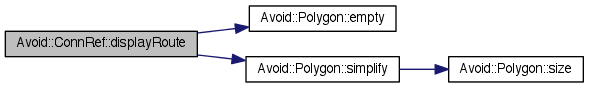
Above: documentation/classAvoid_1_1ConnRef_ab7462cd69bd1d2c4dd318119558b4a94_cgraph.png in mjwybrow/adaptagrams (Graphviz), before the change. Its source is kept beside it as documentation/classAvoid_1_1ConnRef_ab7462cd69bd1d2c4dd318119558b4a94_cgraph.dot. Its diagram source:
```dot
digraph "Avoid::ConnRef::displayRoute"
{
  edge [fontname="Helvetica",fontsize="10",labelfontname="Helvetica",labelfontsize="10"];
  node [fontname="Helvetica",fontsize="10",shape=record];
  rankdir="LR";
  Node1 [label="Avoid::ConnRef::displayRoute",height=0.2,width=0.4,color="black", fillcolor="grey75", style="filled" fontcolor="black"];
  Node1 -> Node2 [color="midnightblue",fontsize="10",style="solid",fontname="Helvetica"];
  Node2 [label="Avoid::Polygon::empty",height=0.2,width=0.4,color="black", fillcolor="white", style="filled",URL="$classAvoid_1_1Polygon.html#a972b0d1e8116907610b4a52973b255f4",tooltip="Returns true if this polygon is empty."];
  Node1 -> Node3 [color="midnightblue",fontsize="10",style="solid",fontname="Helvetica"];
  Node3 [label="Avoid::Polygon::simplify",height=0.2,width=0.4,color="black", fillcolor="white", style="filled",URL="$classAvoid_1_1Polygon.html#a92f6c7f6bd7c144d408fe18a1b711bf3",tooltip="Returns a simplified Polyline, where all collinear line segments have been collapsed down into single..."];
  Node3 -> Node4 [color="midnightblue",fontsize="10",style="solid",fontname="Helvetica"];
  Node4 [label="Avoid::Polygon::size",height=0.2,width=0.4,color="black", fillcolor="white", style="filled",URL="$classAvoid_1_1Polygon.html#a58c011bded47396fb1bbda2c1eeb9552",tooltip="Returns the number of points in this polygon."];
}
```
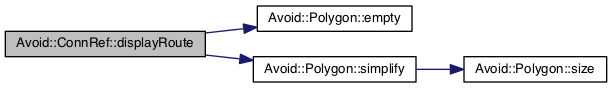
Above is the later version.

The edit, as a diff of the source:
```diff
@@ -3,11 +3,11 @@
   edge [fontname="Helvetica",fontsize="10",labelfontname="Helvetica",labelfontsize="10"];
   node [fontname="Helvetica",fontsize="10",shape=record];
   rankdir="LR";
-  Node1 [label="Avoid::ConnRef::displayRoute",height=0.2,width=0.4,color="black", fillcolor="grey75", style="filled" fontcolor="black"];
+  Node1 [label="Avoid::ConnRef::displayRoute",height=0.2,width=0.4,color="black", fillcolor="grey75", style="filled", fontcolor="black"];
   Node1 -> Node2 [color="midnightblue",fontsize="10",style="solid",fontname="Helvetica"];
-  Node2 [label="Avoid::Polygon::empty",height=0.2,width=0.4,color="black", fillcolor="white", style="filled",URL="$classAvoid_1_1Polygon.html#a972b0d1e8116907610b4a52973b255f4",tooltip="Returns true if this polygon is empty."];
+  Node2 [label="Avoid::Polygon::empty",height=0.2,width=0.4,color="black", fillcolor="white", style="filled",URL="$classAvoid_1_1Polygon.html#a972b0d1e8116907610b4a52973b255f4",tooltip="Returns true if this polygon is empty. "];
   Node1 -> Node3 [color="midnightblue",fontsize="10",style="solid",fontname="Helvetica"];
   Node3 [label="Avoid::Polygon::simplify",height=0.2,width=0.4,color="black", fillcolor="white", style="filled",URL="$classAvoid_1_1Polygon.html#a92f6c7f6bd7c144d408fe18a1b711bf3",tooltip="Returns a simplified Polyline, where all collinear line segments have been collapsed down into single..."];
   Node3 -> Node4 [color="midnightblue",fontsize="10",style="solid",fontname="Helvetica"];
-  Node4 [label="Avoid::Polygon::size",height=0.2,width=0.4,color="black", fillcolor="white", style="filled",URL="$classAvoid_1_1Polygon.html#a58c011bded47396fb1bbda2c1eeb9552",tooltip="Returns the number of points in this polygon."];
+  Node4 [label="Avoid::Polygon::size",height=0.2,width=0.4,color="black", fillcolor="white", style="filled",URL="$classAvoid_1_1Polygon.html#a58c011bded47396fb1bbda2c1eeb9552",tooltip="Returns the number of points in this polygon. "];
 }
```
